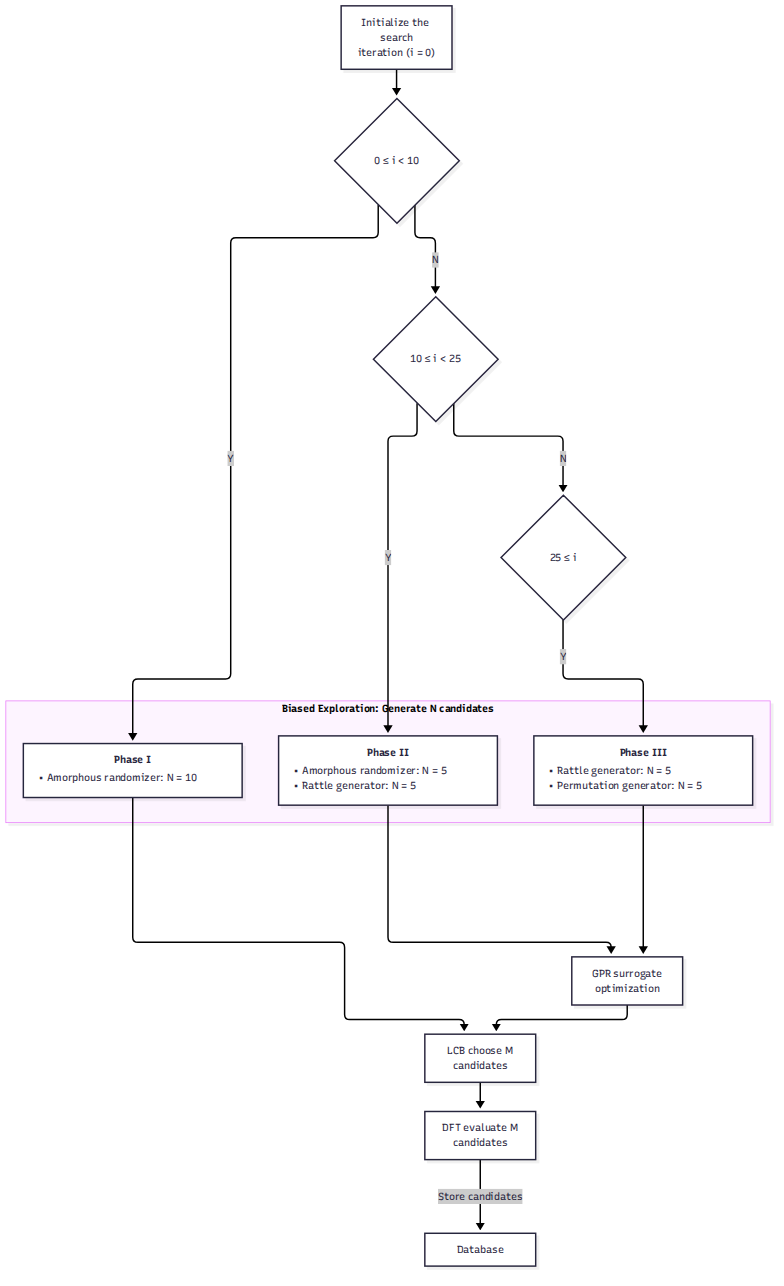
Above: paper_amorphous/papers/paper1/figures/methods_timeline.png in andim53/phd_research_v2 (Mermaid), before the change. Its source is kept beside it as paper_amorphous/codes/methods_timeline.mmd.
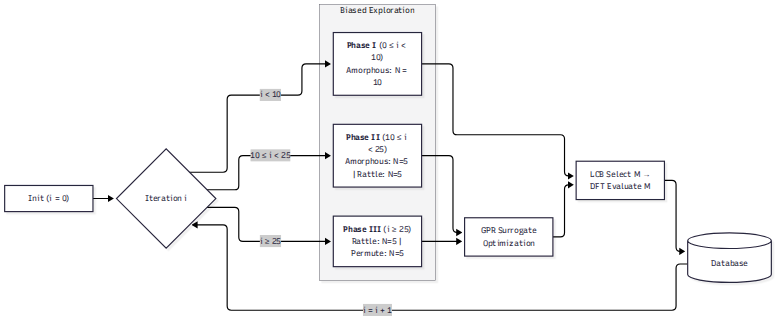
The same diagram one commit later.

Commit message:
paper_amorphous: Fig. 1 — adopt updated CLAIMS M-1b mermaid (LR layout + feedback loop)

- methods_timeline.mmd: mirror CLAIMS.md M-1b graph (flowchart LR, Init->Dec->phases->GPR->Eval->DB->loop, styled BE subgraph)
- 03_methods.tex: widen figure to textwidth; caption describes the iteration loop + phase switch-on
- re-rendered + staged methods_timeline.png (784x324, landscape)

The edit, as a diff of the source:
```diff
@@ -1,32 +1,29 @@
-flowchart TD
-    Init["Initialize the search<br/>iteration (i = 0)"]
-    D1{"0 ≤ i < 10"}
-    D2{"10 ≤ i < 25"}
-    D3{"25 ≤ i"}
+flowchart LR
+    Init["Init (i = 0)"]
+    Dec{"Iteration i"}
 
-    subgraph BE ["<b>Biased Exploration: Generate N candidates</b>"]
+    subgraph BE["Biased Exploration"]
         direction TB
-        P1["<b>Phase I</b><div style='text-align: left; min-width: 260px; padding: 4px;'>• Amorphous randomizer:&nbsp;N&nbsp;=&nbsp;10</div>"]
-        P2["<b>Phase II</b><div style='text-align: left; min-width: 260px; padding: 4px;'>• Amorphous randomizer:&nbsp;N&nbsp;=&nbsp;5<br/>• Rattle generator:&nbsp;N&nbsp;=&nbsp;5</div>"]
-        P3["<b>Phase III</b><div style='text-align: left; min-width: 260px; padding: 4px;'>• Rattle generator:&nbsp;N&nbsp;=&nbsp;5<br/>• Permutation generator:&nbsp;N&nbsp;=&nbsp;5</div>"]
+        P1["<b>Phase I</b> (0 ≤ i < 10)<br/>Amorphous: N = 10"]
+        P2["<b>Phase II</b> (10 ≤ i < 25)<br/>Amorphous: N=5 | Rattle: N=5"]
+        P3["<b>Phase III</b> (i ≥ 25)<br/>Rattle: N=5 | Permute: N=5"]
     end
 
-    GPR["GPR surrogate<br/>optimization"]
-    LCB["LCB choose M<br/>candidates"]
-    DFT["DFT evaluate M<br/>candidates"]
-    DB["Database"]
+    GPR["GPR Surrogate<br/>Optimization"]
+    Eval["LCB Select M →<br/>DFT Evaluate M"]
+    DB[(Database)]
 
-    Init --> D1
-    D1 -->|Y| P1
-    D1 -->|N| D2
-    D2 -->|Y| P2
-    D2 -->|N| D3
-    D3 -->|Y| P3
+    Init --> Dec
 
-    P1 --> LCB
+    Dec -->|i < 10| P1
+    Dec -->|10 ≤ i < 25| P2
+    Dec -->|i ≥ 25| P3
+
+    P1 --> Eval
     P2 --> GPR
     P3 --> GPR
 
-    GPR --> LCB
-    LCB --> DFT
-    DFT -->|Store candidates| DB
+    GPR --> Eval --> DB
+    DB -->|i = i + 1| Dec
+
+    style BE fill:#f4f4f5,stroke:#71717a,stroke-width:1px,color:#18181b
```
